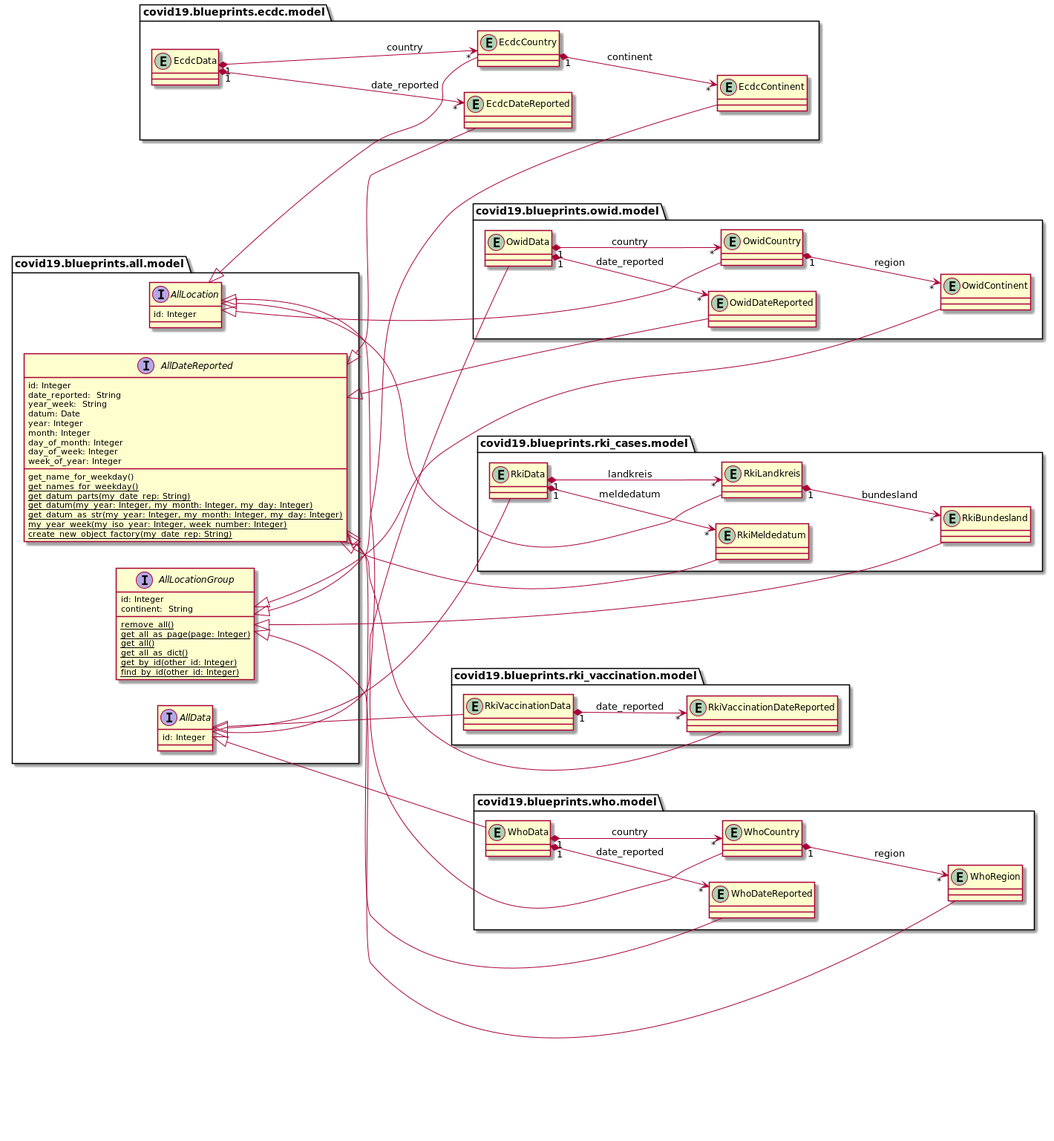
The PlantUML diagram docs/blueprints/data_all/uml/img/all_domain_model_star_schema.png in thomaswoehlke/flask_covid19, before a commit.
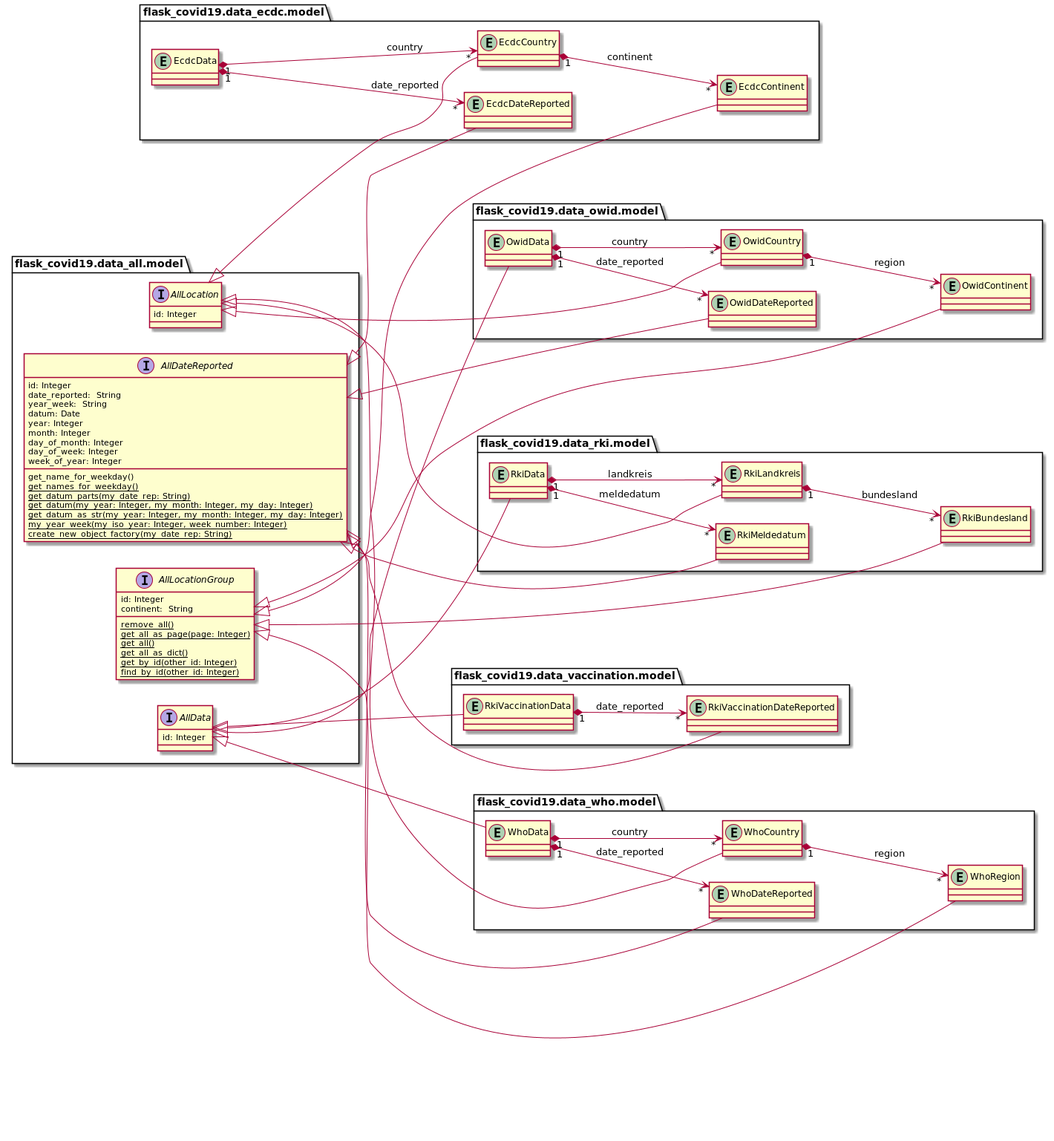
The same diagram one commit later.

The edit, as a diff of the source:
```diff
@@ -2,7 +2,7 @@
 left to right direction
 
 
-package covid19.blueprints.all.model {
+package flask_covid19.data_all.model {
 
 	interface AllDateReported {
 	    id: Integer
@@ -42,7 +42,7 @@
 }
 
 
-package covid19.blueprints.ecdc.model {
+package flask_covid19.data_ecdc.model {
 	entity EcdcContinent {}
 	entity EcdcCountry {}
 	entity EcdcData {}
@@ -58,7 +58,7 @@
 EcdcData "1" *--> "*" EcdcDateReported: date_reported
 
 
-package covid19.blueprints.owid.model {
+package flask_covid19.data_owid.model {
 	entity OwidContinent {}
 	entity OwidCountry {}
 	entity OwidData {}
@@ -75,7 +75,7 @@
 OwidData "1" *--> "*" OwidDateReported : date_reported
 
 
-package covid19.blueprints.rki_cases.model {
+package flask_covid19.data_rki.model {
 	entity RkiBundesland {}
 	entity RkiLandkreis {}
 	entity RkiData {}
@@ -92,7 +92,7 @@
 RkiData "1" *--> "*" RkiMeldedatum : meldedatum
 
 
-package covid19.blueprints.rki_vaccination.model {
+package flask_covid19.data_vaccination.model {
 	entity RkiVaccinationDateReported {}
 	entity RkiVaccinationData {}
 }
@@ -103,7 +103,7 @@
 RkiVaccinationData "1" *--> "*" RkiVaccinationDateReported : date_reported
 
 
-package covid19.blueprints.who.model {
+package flask_covid19.data_who.model {
 	entity WhoRegion {}
 	entity WhoCountry {}
 	entity WhoData {}
```
